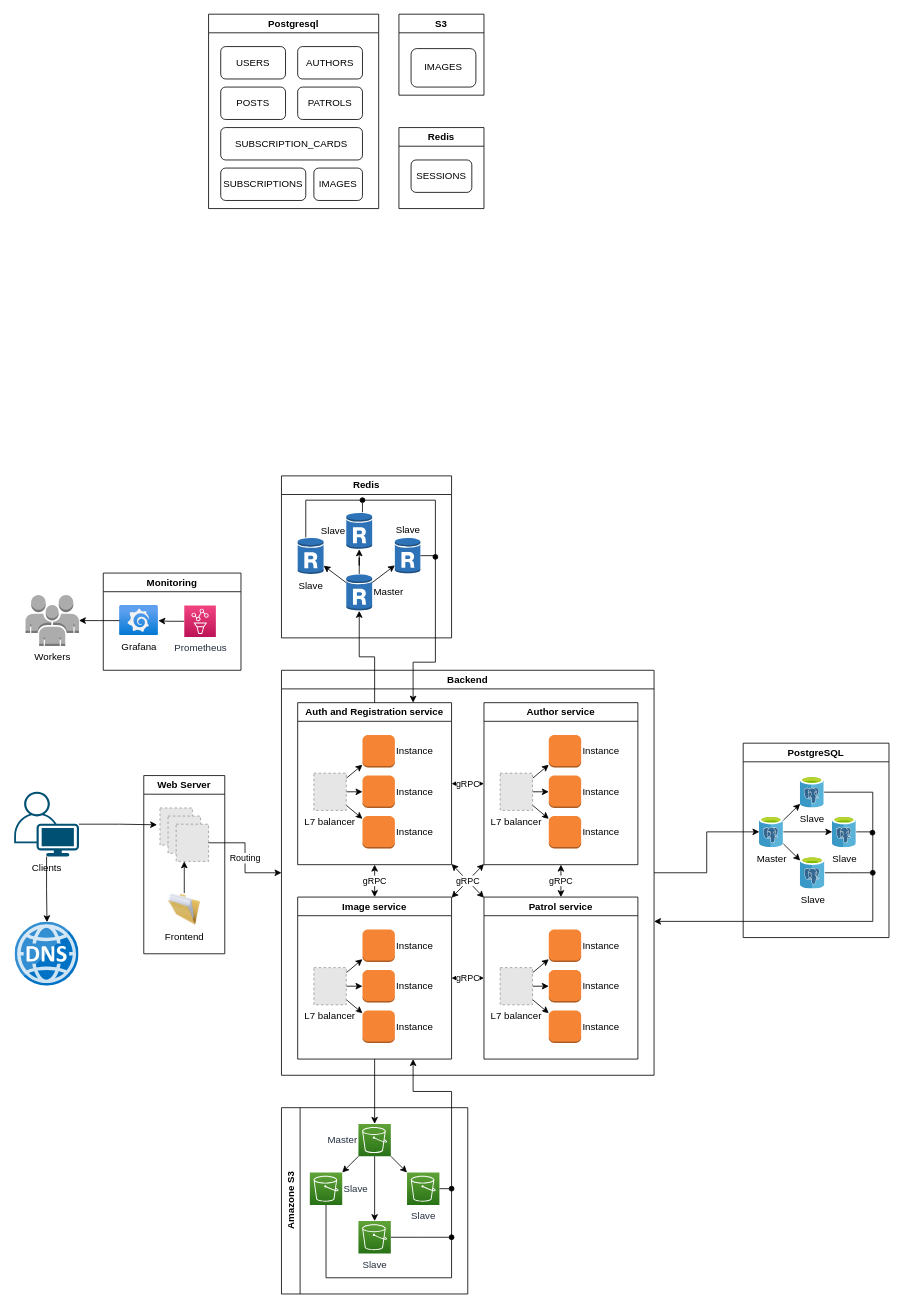
Above: hl.drawio in leonard-pak/technopark-highload-coursework (draw.io), before the change. Source tidied: cells renumbered, new cells numbered last; positions are measured from the earlier drawing's top-left corner, leaving out a move shared by most shapes. Both pictures are drawn from the tidied source at 81%, with x=0, y=0 at pixel (14, 14). Pictures stored in the file or linked from it are replaced by grey dashed boxes.
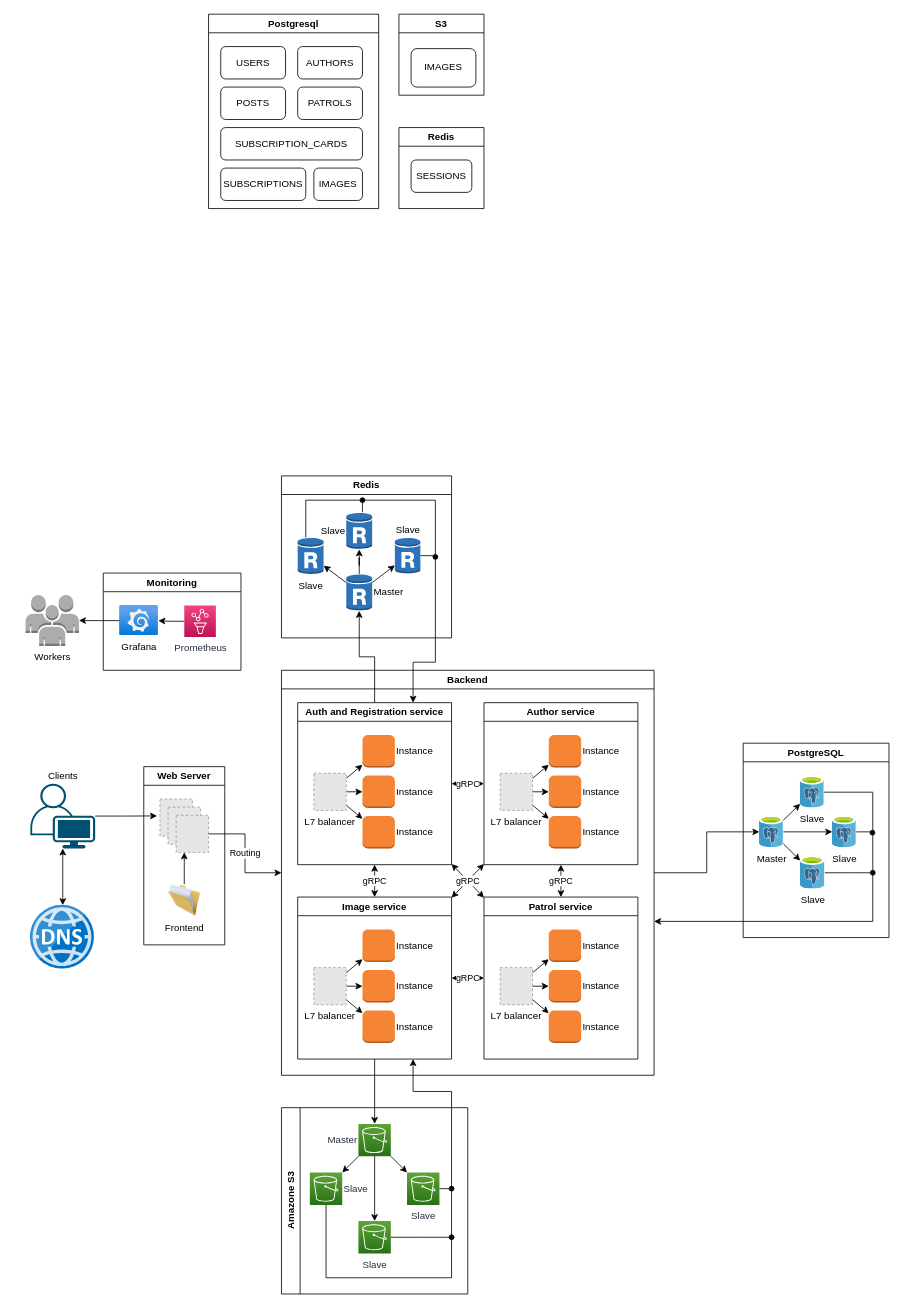
After the change.

Diff of the diagram source:
```diff
@@
-    <mxCell id="34" style="edgeStyle=orthogonalEdgeStyle;rounded=0;jettySize=auto;html=1;" parent="1" edge="1" source="36" target="37">
-      <mxGeometry relative="1" as="geometry" />
+    <mxCell id="34" style="edgeStyle=orthogonalEdgeStyle;rounded=0;jettySize=auto;html=1;startArrow=classic;startFill=1;" parent="1" edge="1" source="36" target="37">
+      <mxGeometry relative="1" as="geometry">
+        <Array as="points">
+          <mxPoint x="60" y="1100" />
+          <mxPoint x="60" y="1100" />
+        </Array>
+      </mxGeometry>
     </mxCell>
@@
-    <mxCell id="36" value="Clients" style="points=[[0.35,0,0],[0.98,0.51,0],[1,0.71,0],[0.67,1,0],[0,0.795,0],[0,0.65,0]];verticalLabelPosition=bottom;sketch=0;html=1;verticalAlign=top;align=center;shape=mxgraph.cisco19.user;fillColor=#005073;strokeColor=none;" parent="1" vertex="1">
-      <mxGeometry y="960" width="80" height="80" as="geometry" />
+    <mxCell id="36" value="Clients" style="points=[[0.35,0,0],[0.98,0.51,0],[1,0.71,0],[0.67,1,0],[0,0.795,0],[0,0.65,0]];verticalLabelPosition=top;sketch=0;html=1;verticalAlign=bottom;align=center;shape=mxgraph.cisco19.user;fillColor=#005073;strokeColor=none;labelPosition=center;" parent="1" vertex="1">
+      <mxGeometry x="20" y="950" width="80" height="80" as="geometry" />
     </mxCell>
     <mxCell id="37" style="image;sketch=0;html=1;points=[];align=center;fontSize=12;image=img/lib/mscae/DNS.svg;" parent="1" vertex="1">
-      <mxGeometry x="1" y="1121" width="79" height="79" as="geometry" />
+      <mxGeometry x="20" y="1100" width="79" height="79" as="geometry" />
     </mxCell>
     <mxCell id="38" value="Web Server" style="swimlane;whiteSpace=wrap;html=1;" parent="1" vertex="1">
-      <mxGeometry x="160" y="940" width="100" height="220" as="geometry" />
+      <mxGeometry x="160" y="929" width="100" height="220" as="geometry" />
     </mxCell>
```
